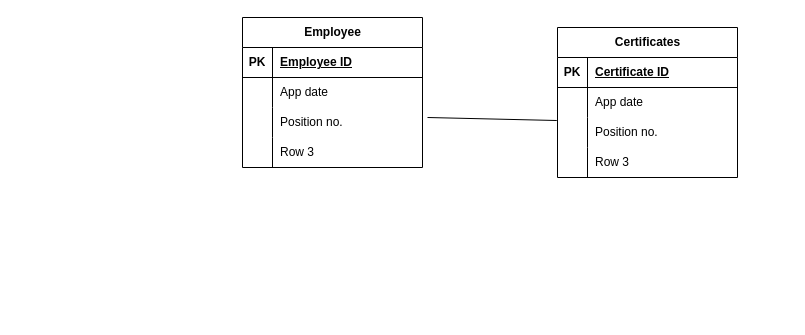
Earlier version of the draw.io diagram Project Peak ER Diagram.drawio (pkhanna-msky/Project-Peak). Source tidied: cells renumbered, new cells numbered last; positions are measured from the earlier drawing's top-left corner, leaving out a move shared by most shapes. Both pictures are drawn from the tidied source at 100%, with x=0, y=0 at pixel (242, 17).
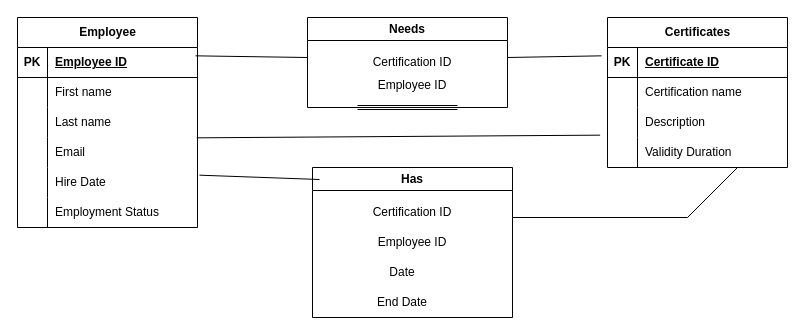
After the change.

The change refers to these unchanged cells:
```xml
<mxCell id="3" style="shape=tableRow;horizontal=0;startSize=0;swimlaneHead=0;swimlaneBody=0;fillColor=none;points=[[0,0.5],[1,0.5]];portConstraint=eastwest;top=0;left=0;right=0;bottom=1;" parent="2" vertex="1">
  <mxGeometry y="30" width="180" height="30" as="geometry" />
</mxCell>
<mxCell id="6" style="shape=tableRow;horizontal=0;startSize=0;swimlaneHead=0;swimlaneBody=0;fillColor=none;top=0;left=0;right=0;bottom=0;" parent="2" vertex="1">
  <mxGeometry y="60" width="180" height="30" as="geometry" />
</mxCell>
<mxCell id="9" style="shape=tableRow;horizontal=0;startSize=0;swimlaneHead=0;swimlaneBody=0;fillColor=none;points=[[0,0.5],[1,0.5]];portConstraint=eastwest;top=0;left=0;right=0;bottom=0;" parent="2" vertex="1">
  <mxGeometry y="90" width="180" height="30" as="geometry" />
</mxCell>
<mxCell id="12" style="shape=tableRow;horizontal=0;startSize=0;swimlaneHead=0;swimlaneBody=0;fillColor=none;top=0;left=0;right=0;bottom=0;" parent="2" vertex="1">
  <mxGeometry y="120" width="180" height="30" as="geometry" />
</mxCell>
<mxCell id="16" style="shape=tableRow;horizontal=0;startSize=0;swimlaneHead=0;swimlaneBody=0;fillColor=none;points=[[0,0.5],[1,0.5]];portConstraint=eastwest;top=0;left=0;right=0;bottom=1;" parent="15" vertex="1">
  <mxGeometry y="30" width="180" height="30" as="geometry" />
</mxCell>
<mxCell id="19" style="shape=tableRow;horizontal=0;startSize=0;swimlaneHead=0;swimlaneBody=0;fillColor=none;top=0;left=0;right=0;bottom=0;" parent="15" vertex="1">
  <mxGeometry y="60" width="180" height="30" as="geometry" />
</mxCell>
<mxCell id="22" style="shape=tableRow;horizontal=0;startSize=0;swimlaneHead=0;swimlaneBody=0;fillColor=none;points=[[0,0.5],[1,0.5]];portConstraint=eastwest;top=0;left=0;right=0;bottom=0;" parent="15" vertex="1">
  <mxGeometry y="90" width="180" height="30" as="geometry" />
</mxCell>
<mxCell id="25" style="shape=tableRow;horizontal=0;startSize=0;swimlaneHead=0;swimlaneBody=0;fillColor=none;points=[[0,0.5],[1,0.5]];portConstraint=eastwest;top=0;left=0;right=0;bottom=0;" parent="15" vertex="1">
  <mxGeometry y="120" width="180" height="30" as="geometry" />
</mxCell>
```

The edit, as a diff of the source:
```diff
@@
     <mxCell id="2" value="Employee" style="shape=table;startSize=30;childLayout=tableLayout;rowLines=0;fontStyle=1;align=center;html=1;" parent="1" vertex="1">
-      <mxGeometry width="180" height="150" as="geometry" />
+      <mxGeometry x="-225" width="180" height="210" as="geometry" />
     </mxCell>
@@
-    <mxCell id="8" value="App date" style="shape=partialRectangle;fillColor=none;top=0;left=0;bottom=0;right=0;align=left;spacingLeft=6;overflow=hidden;whiteSpace=wrap;html=1;" parent="6" vertex="1">
+    <mxCell id="8" value="First name" style="shape=partialRectangle;fillColor=none;top=0;left=0;bottom=0;right=0;align=left;spacingLeft=6;overflow=hidden;whiteSpace=wrap;html=1;" parent="6" vertex="1">
       <mxGeometry x="30" width="150" height="30" as="geometry" />
     </mxCell>
@@
-    <mxCell id="11" value="Position no." style="shape=partialRectangle;fillColor=none;top=0;left=0;bottom=0;right=0;align=left;spacingLeft=6;overflow=hidden;whiteSpace=wrap;html=1;" parent="9" vertex="1">
+    <mxCell id="11" value="Last name" style="shape=partialRectangle;fillColor=none;top=0;left=0;bottom=0;right=0;align=left;spacingLeft=6;overflow=hidden;whiteSpace=wrap;html=1;" parent="9" vertex="1">
       <mxGeometry x="30" width="150" height="30" as="geometry" />
     </mxCell>
@@
-    <mxCell id="14" value="Row 3" style="shape=partialRectangle;fillColor=none;top=0;left=0;bottom=0;right=0;align=left;spacingLeft=6;overflow=hidden;whiteSpace=wrap;html=1;" parent="12" vertex="1">
+    <mxCell id="14" value="Email" style="shape=partialRectangle;fillColor=none;top=0;left=0;bottom=0;right=0;align=left;spacingLeft=6;overflow=hidden;whiteSpace=wrap;html=1;" parent="12" vertex="1">
       <mxGeometry x="30" width="150" height="30" as="geometry" />
     </mxCell>
+    <mxCell id="29" style="shape=tableRow;horizontal=0;startSize=0;swimlaneHead=0;swimlaneBody=0;fillColor=none;points=[[0,0.5],[1,0.5]];portConstraint=eastwest;top=0;left=0;right=0;bottom=0;" parent="2" vertex="1">
+      <mxGeometry y="150" width="180" height="30" as="geometry" />
+    </mxCell>
+    <mxCell id="30" style="shape=partialRectangle;fillColor=none;top=0;left=0;bottom=0;right=0;overflow=hidden;whiteSpace=wrap;html=1;" parent="29" vertex="1">
+      <mxGeometry width="30" height="30" as="geometry" />
+    </mxCell>
+    <mxCell id="31" value="Hire Date" style="shape=partialRectangle;fillColor=none;top=0;left=0;bottom=0;right=0;align=left;spacingLeft=6;overflow=hidden;whiteSpace=wrap;html=1;" parent="29" vertex="1">
+      <mxGeometry x="30" width="150" height="30" as="geometry" />
+    </mxCell>
+    <mxCell id="32" style="shape=tableRow;horizontal=0;startSize=0;swimlaneHead=0;swimlaneBody=0;fillColor=none;top=0;left=0;right=0;bottom=0;" parent="2" vertex="1">
+      <mxGeometry y="180" width="180" height="30" as="geometry" />
+    </mxCell>
+    <mxCell id="33" style="shape=partialRectangle;fillColor=none;top=0;left=0;bottom=0;right=0;overflow=hidden;whiteSpace=wrap;html=1;" parent="32" vertex="1">
+      <mxGeometry width="30" height="30" as="geometry" />
+    </mxCell>
+    <mxCell id="34" value="Employment Status" style="shape=partialRectangle;fillColor=none;top=0;left=0;bottom=0;right=0;align=left;spacingLeft=6;overflow=hidden;whiteSpace=wrap;html=1;" parent="32" vertex="1">
+      <mxGeometry x="30" width="150" height="30" as="geometry" />
+    </mxCell>
     <mxCell id="15" value="Certificates" style="shape=table;startSize=30;childLayout=tableLayout;rowLines=0;fontStyle=1;align=center;html=1;" parent="1" vertex="1">
-      <mxGeometry x="315" y="10" width="180" height="150" as="geometry" />
+      <mxGeometry x="365" width="180" height="150" as="geometry" />
     </mxCell>
@@
-    <mxCell id="21" value="App date" style="shape=partialRectangle;fillColor=none;top=0;left=0;bottom=0;right=0;align=left;spacingLeft=6;overflow=hidden;whiteSpace=wrap;html=1;" parent="19" vertex="1">
+    <mxCell id="21" value="Certification name" style="shape=partialRectangle;fillColor=none;top=0;left=0;bottom=0;right=0;align=left;spacingLeft=6;overflow=hidden;whiteSpace=wrap;html=1;" parent="19" vertex="1">
       <mxGeometry x="30" width="150" height="30" as="geometry" />
     </mxCell>
@@
-    <mxCell id="24" value="Position no." style="shape=partialRectangle;fillColor=none;top=0;left=0;bottom=0;right=0;align=left;spacingLeft=6;overflow=hidden;whiteSpace=wrap;html=1;" parent="22" vertex="1">
+    <mxCell id="24" value="Description&amp;nbsp;" style="shape=partialRectangle;fillColor=none;top=0;left=0;bottom=0;right=0;align=left;spacingLeft=6;overflow=hidden;whiteSpace=wrap;html=1;" parent="22" vertex="1">
       <mxGeometry x="30" width="150" height="30" as="geometry" />
     </mxCell>
@@
-    <mxCell id="27" value="Row 3" style="shape=partialRectangle;fillColor=none;top=0;left=0;bottom=0;right=0;align=left;spacingLeft=6;overflow=hidden;whiteSpace=wrap;html=1;" parent="25" vertex="1">
+    <mxCell id="27" value="Validity Duration&amp;nbsp;" style="shape=partialRectangle;fillColor=none;top=0;left=0;bottom=0;right=0;align=left;spacingLeft=6;overflow=hidden;whiteSpace=wrap;html=1;" parent="25" vertex="1">
       <mxGeometry x="30" width="150" height="30" as="geometry" />
     </mxCell>
-    <mxCell id="28" style="endArrow=none;html=1;rounded=0;entryX=-0.004;entryY=0.1;entryDx=0;entryDy=0;entryPerimeter=0;" parent="1" edge="1" target="22">
-      <mxGeometry relative="1" as="geometry">
-        <mxPoint x="185" y="100" as="sourcePoint" />
-      </mxGeometry>
+    <mxCell id="28" style="endArrow=none;html=1;rounded=0;entryX=-0.041;entryY=-0.078;entryDx=0;entryDy=0;entryPerimeter=0;exitX=0.996;exitY=1.011;exitDx=0;exitDy=0;exitPerimeter=0;" parent="1" edge="1" source="9" target="25">
+      <mxGeometry relative="1" as="geometry" />
     </mxCell>
+    <mxCell id="35" value="Needs" style="swimlane;whiteSpace=wrap;html=1;" parent="1" vertex="1">
+      <mxGeometry x="65" width="200" height="90" as="geometry" />
+    </mxCell>
+    <mxCell id="36" value="Employee ID&lt;div&gt;&lt;br&gt;&lt;/div&gt;" style="text;html=1;whiteSpace=wrap;strokeColor=none;fillColor=none;align=center;verticalAlign=middle;rounded=0;" parent="35" vertex="1">
+      <mxGeometry x="60" y="60" width="90" height="30" as="geometry" />
+    </mxCell>
+    <mxCell id="37" value="Certification ID" style="text;html=1;whiteSpace=wrap;strokeColor=none;fillColor=none;align=center;verticalAlign=middle;rounded=0;" parent="1" vertex="1">
+      <mxGeometry x="125" y="30" width="90" height="30" as="geometry" />
+    </mxCell>
+    <mxCell id="38" value="Has" style="swimlane;whiteSpace=wrap;html=1;" parent="1" vertex="1">
+      <mxGeometry x="70" y="150" width="200" height="150" as="geometry" />
+    </mxCell>
+    <mxCell id="39" value="Certification ID" style="text;html=1;whiteSpace=wrap;strokeColor=none;fillColor=none;align=center;verticalAlign=middle;rounded=0;" parent="38" vertex="1">
+      <mxGeometry x="55" y="30" width="90" height="30" as="geometry" />
+    </mxCell>
+    <mxCell id="40" value="Employee ID" style="text;html=1;whiteSpace=wrap;strokeColor=none;fillColor=none;align=center;verticalAlign=middle;rounded=0;" parent="38" vertex="1">
+      <mxGeometry x="55" y="60" width="90" height="30" as="geometry" />
+    </mxCell>
+    <mxCell id="41" value="Date" style="text;html=1;whiteSpace=wrap;strokeColor=none;fillColor=none;align=center;verticalAlign=middle;rounded=0;" parent="38" vertex="1">
+      <mxGeometry x="45" y="90" width="90" height="30" as="geometry" />
+    </mxCell>
+    <mxCell id="42" value="End Date" style="text;html=1;whiteSpace=wrap;strokeColor=none;fillColor=none;align=center;verticalAlign=middle;rounded=0;" parent="38" vertex="1">
+      <mxGeometry x="45" y="120" width="90" height="30" as="geometry" />
+    </mxCell>
+    <mxCell id="43" style="endArrow=none;html=1;rounded=0;exitX=0.989;exitY=0.278;exitDx=0;exitDy=0;exitPerimeter=0;" parent="1" edge="1" source="3">
+      <mxGeometry relative="1" as="geometry">
+        <mxPoint x="65" y="40" as="targetPoint" />
+      </mxGeometry>
+    </mxCell>
+    <mxCell id="44" style="shape=link;html=1;rounded=0;" parent="1" edge="1">
+      <mxGeometry relative="1" as="geometry">
+        <mxPoint x="115" y="90" as="sourcePoint" />
+        <mxPoint x="215" y="90" as="targetPoint" />
+      </mxGeometry>
+    </mxCell>
+    <mxCell id="45" style="endArrow=none;html=1;rounded=0;exitX=0.989;exitY=0.278;exitDx=0;exitDy=0;exitPerimeter=0;entryX=-0.033;entryY=0.278;entryDx=0;entryDy=0;entryPerimeter=0;" parent="1" edge="1" target="16">
+      <mxGeometry relative="1" as="geometry">
+        <mxPoint x="265" y="40" as="sourcePoint" />
+      </mxGeometry>
+    </mxCell>
+    <mxCell id="46" style="endArrow=none;html=1;rounded=0;exitX=1.011;exitY=0.256;exitDx=0;exitDy=0;exitPerimeter=0;" parent="1" edge="1" source="29">
+      <mxGeometry relative="1" as="geometry">
+        <mxPoint x="77" y="162" as="targetPoint" />
+      </mxGeometry>
+    </mxCell>
+    <mxCell id="47" style="endArrow=none;html=1;rounded=0;exitX=1.011;exitY=0.256;exitDx=0;exitDy=0;exitPerimeter=0;" parent="1" edge="1">
+      <mxGeometry relative="1" as="geometry">
+        <mxPoint x="270" y="200" as="sourcePoint" />
+        <mxPoint x="445" y="200" as="targetPoint" />
+      </mxGeometry>
+    </mxCell>
+    <mxCell id="48" style="endArrow=none;html=1;rounded=0;" parent="1" edge="1">
+      <mxGeometry relative="1" as="geometry">
+        <mxPoint x="445" y="200" as="sourcePoint" />
+        <mxPoint x="495" y="150" as="targetPoint" />
+      </mxGeometry>
+    </mxCell>
```
